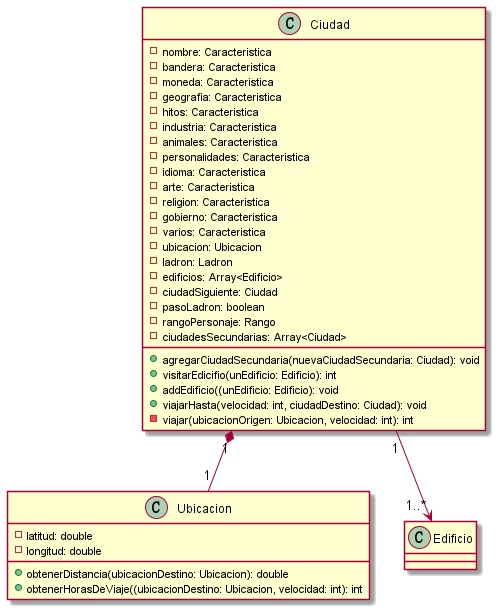
The PlantUML diagram diagrams/classes/EntregaFinalPNG/claseCiudad.png in alexguttlein/TP2-CarmenSandiego, before a commit.
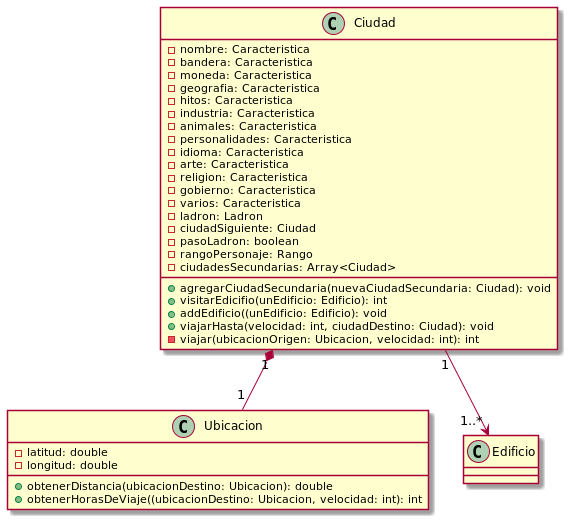
The same diagram one commit later.

The edit, as a diff of the source:
```diff
@@ -14,9 +14,7 @@
     -religion: Caracteristica
     -gobierno: Caracteristica
     -varios: Caracteristica
-    -ubicacion: Ubicacion
     -ladron: Ladron
-    -edificios: Array<Edificio>
     -ciudadSiguiente: Ciudad
     -pasoLadron: boolean
     -rangoPersonaje: Rango
```
